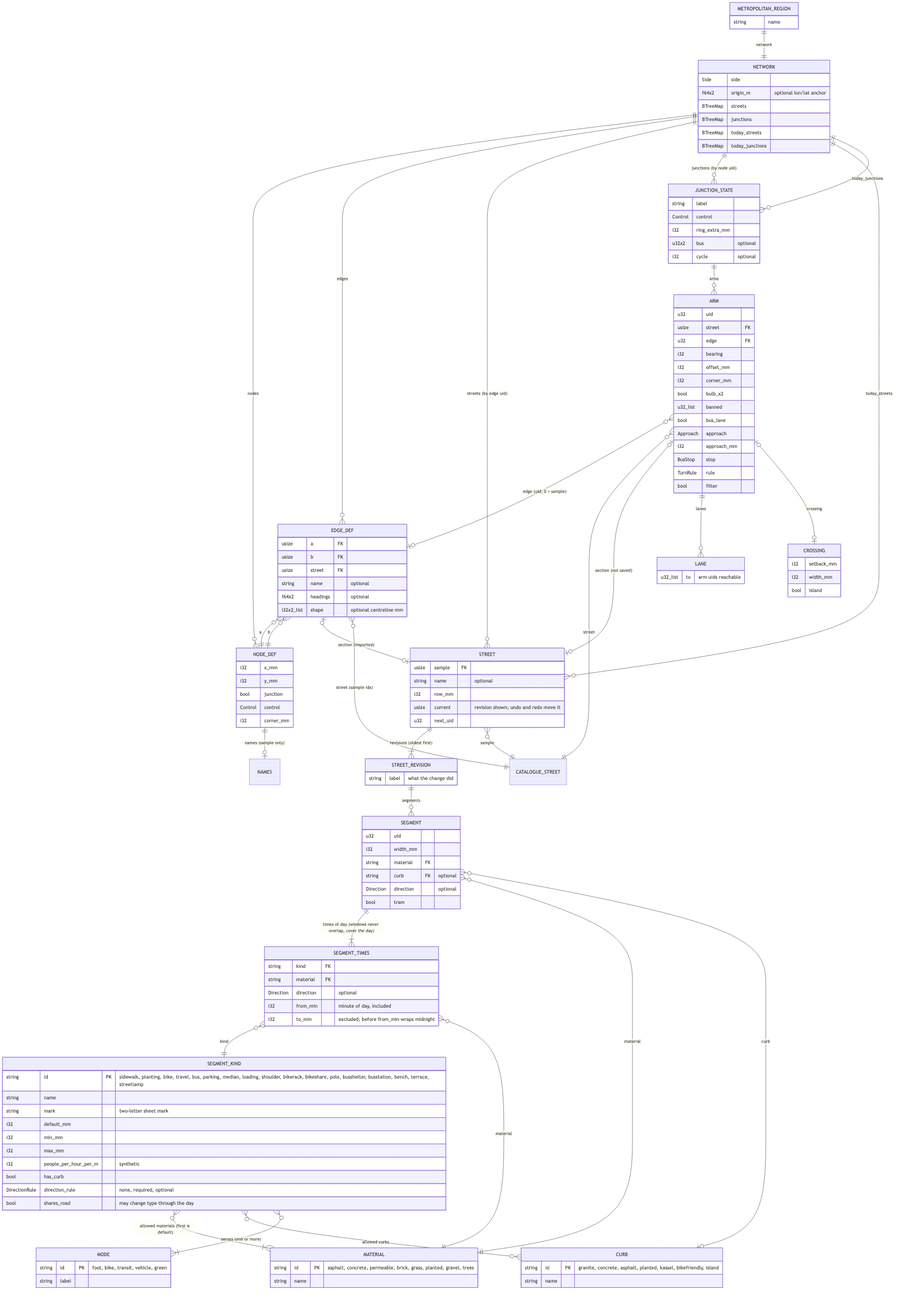
alandovskis/cityloom keeps this Mermaid diagram as docs/erd.png. Above is the earlier version. Its source is kept beside it as docs/erd.mmd.
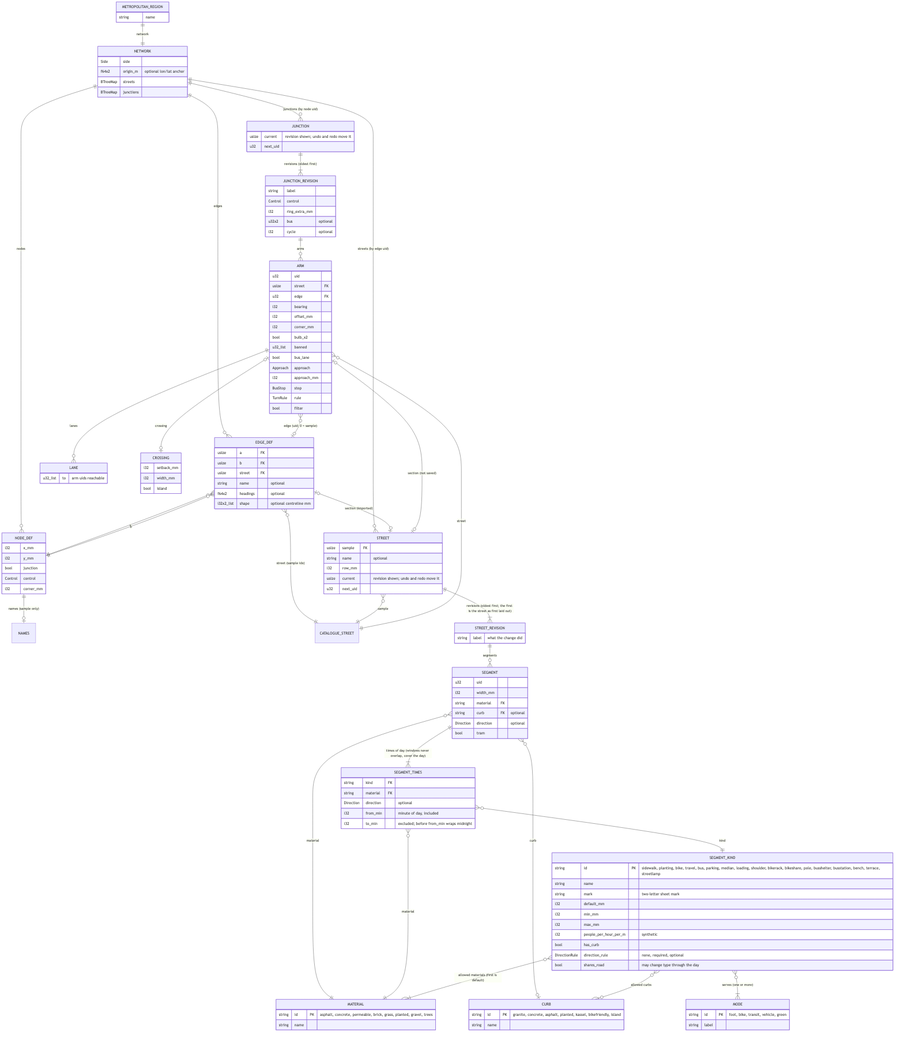
Above is the later version.

Commit message:
docs(erd): the first revision is the baseline; junctions keep revisions too

The edit, as a diff of the source:
```diff
@@ -4,16 +4,15 @@
     NETWORK ||--o{ NODE_DEF : nodes
     NETWORK ||--o{ EDGE_DEF : edges
     NETWORK ||--o{ STREET : "streets (by edge uid)"
-    NETWORK ||--o{ JUNCTION_STATE : "junctions (by node uid)"
-    NETWORK ||--o{ STREET : "today_streets"
-    NETWORK ||--o{ JUNCTION_STATE : "today_junctions"
+    NETWORK ||--o{ JUNCTION : "junctions (by node uid)"
+    JUNCTION ||--|{ JUNCTION_REVISION : "revisions (oldest first)"
     NODE_DEF ||--o| NAMES : "names (sample only)"
     EDGE_DEF }o--|| NODE_DEF : "a"
     EDGE_DEF }o--|| NODE_DEF : "b"
     EDGE_DEF |o--o| STREET : "section (imported)"
     EDGE_DEF }o--|| CATALOGUE_STREET : "street (sample idx)"
 
-    STREET ||--|{ STREET_REVISION : "revisions (oldest first)"
+    STREET ||--|{ STREET_REVISION : "revisions (oldest first; the first is the street as first laid out)"
     STREET_REVISION ||--o{ SEGMENT : segments
     STREET }o--|| CATALOGUE_STREET : "sample"
     SEGMENT ||--|{ SEGMENT_TIMES : "times of day (windows never overlap, cover the day)"
@@ -25,7 +24,7 @@
     SEGMENT_KIND }o--o{ CURB : "allowed curbs"
     SEGMENT_KIND }o--|{ MODE : "serves (one or more)"
 
-    JUNCTION_STATE ||--o{ ARM : arms
+    JUNCTION_REVISION ||--o{ ARM : arms
     ARM }o--o| EDGE_DEF : "edge (uid; 0 = sample)"
     ARM }o--|| CATALOGUE_STREET : "street"
     ARM |o--o| STREET : "section (not saved)"
@@ -40,8 +39,6 @@
         f64x2 origin_m "optional lon/lat anchor"
         BTreeMap streets
         BTreeMap junctions
-        BTreeMap today_streets
-        BTreeMap today_junctions
     }
     NODE_DEF {
         i32 x_mm
@@ -107,7 +104,11 @@
         string id PK "granite, concrete, asphalt, planted, kassel, bikefriendly, island"
         string name
     }
-    JUNCTION_STATE {
+    JUNCTION {
+        usize current "revision shown; undo and redo move it"
+        u32 next_uid
+    }
+    JUNCTION_REVISION {
         string label
         Control control
         i32 ring_extra_mm
```
